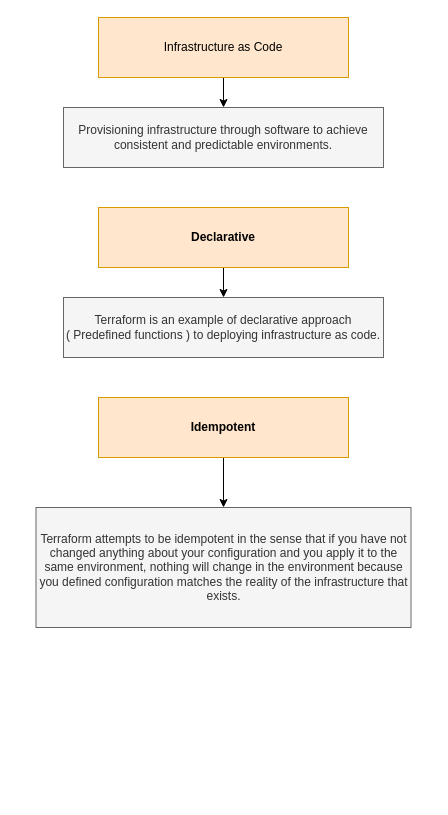
rikkhanna/Draw.io keeps this draw.io diagram as page "06 - IaC defined" (6 of 17) of Terraform.drawio. Above is the earlier version. Source tidied: cells renumbered, new cells numbered last; positions are measured from the earlier drawing's top-left corner, leaving out a move shared by most shapes. Both pictures are drawn from the tidied source at 100%, with x=0, y=0 at pixel (36, 17).
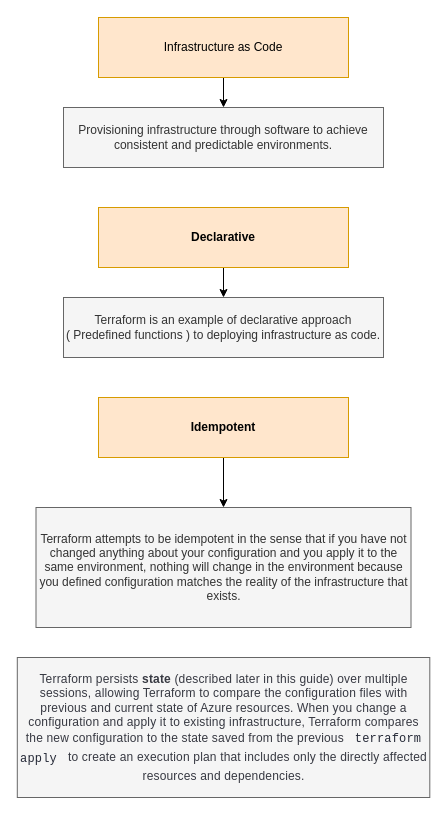
Above is the later version.

The edit, as a diff of the source:
```diff
@@
 <mxGraphModel>
   <root>
     <mxCell id="0" />
     <mxCell id="1" parent="0" />
     <mxCell id="2" style="edgeStyle=orthogonalEdgeStyle;rounded=0;jettySize=auto;html=1;" parent="1" edge="1" source="3" target="4">
       <mxGeometry relative="1" as="geometry" />
     </mxCell>
     <mxCell id="3" value="Infrastructure as Code" style="rounded=0;whiteSpace=wrap;html=1;fillColor=#ffe6cc;strokeColor=#d79b00;" parent="1" vertex="1">
       <mxGeometry x="62" width="250" height="60" as="geometry" />
     </mxCell>
     <mxCell id="4" value="Provisioning infrastructure through software to achieve consistent and predictable environments." style="rounded=0;whiteSpace=wrap;html=1;fillColor=#f5f5f5;strokeColor=#666666;fontColor=#333333;" parent="1" vertex="1">
       <mxGeometry x="27" y="90" width="320" height="60" as="geometry" />
     </mxCell>
     <mxCell id="5" style="edgeStyle=orthogonalEdgeStyle;rounded=0;jettySize=auto;html=1;" parent="1" edge="1" source="6" target="7">
       <mxGeometry relative="1" as="geometry" />
     </mxCell>
     <mxCell id="6" value="&lt;b&gt;Declarative&lt;/b&gt;" style="rounded=0;whiteSpace=wrap;html=1;fillColor=#ffe6cc;strokeColor=#d79b00;" parent="1" vertex="1">
       <mxGeometry x="62" y="190" width="250" height="60" as="geometry" />
     </mxCell>
     <mxCell id="7" value="Terraform is an example of declarative approach &lt;br&gt;( Predefined functions ) to deploying infrastructure as code." style="rounded=0;whiteSpace=wrap;html=1;fillColor=#f5f5f5;strokeColor=#666666;fontColor=#333333;" parent="1" vertex="1">
       <mxGeometry x="27" y="280" width="320" height="60" as="geometry" />
     </mxCell>
     <mxCell id="8" style="edgeStyle=orthogonalEdgeStyle;rounded=0;jettySize=auto;html=1;" parent="1" edge="1" source="9" target="10">
       <mxGeometry relative="1" as="geometry" />
     </mxCell>
     <mxCell id="9" value="&lt;b&gt;Idempotent&lt;/b&gt;" style="rounded=0;whiteSpace=wrap;html=1;fillColor=#ffe6cc;strokeColor=#d79b00;" parent="1" vertex="1">
       <mxGeometry x="62" y="380" width="250" height="60" as="geometry" />
     </mxCell>
     <mxCell id="10" value="Terraform attempts to be idempotent in the sense that if you have not changed anything about your configuration and you apply it to the same environment, nothing will change in the environment because you defined configuration matches the reality of the infrastructure that exists." style="rounded=0;whiteSpace=wrap;html=1;fillColor=#f5f5f5;strokeColor=#666666;fontColor=#333333;" parent="1" vertex="1">
       <mxGeometry x="-0.5" y="490" width="375" height="120" as="geometry" />
     </mxCell>
+    <mxCell id="11" value="&lt;font style=&quot;font-size: 12px&quot;&gt;&lt;span style=&quot;color: rgb(55 , 57 , 66) ; letter-spacing: 0.17008px&quot;&gt;Terraform persists&amp;nbsp;&lt;/span&gt;&lt;span style=&quot;box-sizing: border-box ; font-weight: bolder ; color: rgb(55 , 57 , 66) ; letter-spacing: 0.17008px&quot;&gt;state&lt;/span&gt;&lt;span style=&quot;color: rgb(55 , 57 , 66) ; letter-spacing: 0.17008px&quot;&gt;&amp;nbsp;(described later in this guide) over multiple sessions, allowing Terraform to compare the configuration files with previous and current state of Azure resources. When you change a configuration and apply it to existing infrastructure, Terraform compares the new configuration to the state saved from the previous&amp;nbsp;&lt;/span&gt;&lt;code style=&quot;box-sizing: border-box ; line-height: 1.63em ; padding: 0.3em 0.625em ; border-radius: 3px ; color: rgb(37 , 41 , 55) ; letter-spacing: 0.17008px&quot;&gt;terraform apply&lt;/code&gt;&lt;span style=&quot;color: rgb(55 , 57 , 66) ; letter-spacing: 0.17008px&quot;&gt;&amp;nbsp;to create an execution plan that includes only the directly affected resources and dependencies.&lt;/span&gt;&lt;/font&gt;" style="rounded=0;whiteSpace=wrap;html=1;fillColor=#f5f5f5;strokeColor=#666666;fontColor=#333333;" parent="1" vertex="1">
+      <mxGeometry x="-19.2" y="640" width="412.5" height="140" as="geometry" />
+    </mxCell>
   </root>
 </mxGraphModel>
```
